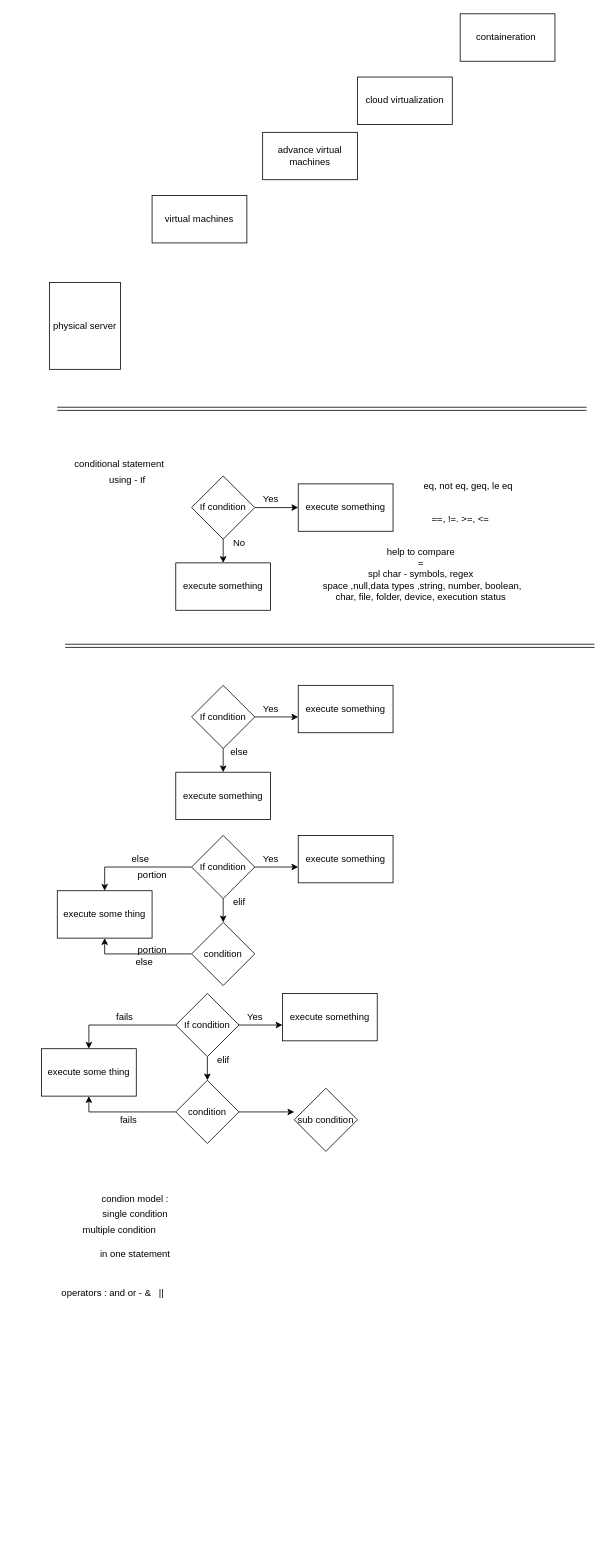
Earlier version of the draw.io diagram devops_17Aug2022.drawio (gp-svc/draw_io). Source tidied: cells renumbered, new cells numbered last; positions are measured from the earlier drawing's top-left corner, leaving out a move shared by most shapes. Both pictures are drawn from the tidied source at 79%, with x=0, y=0 at pixel (41, 13).
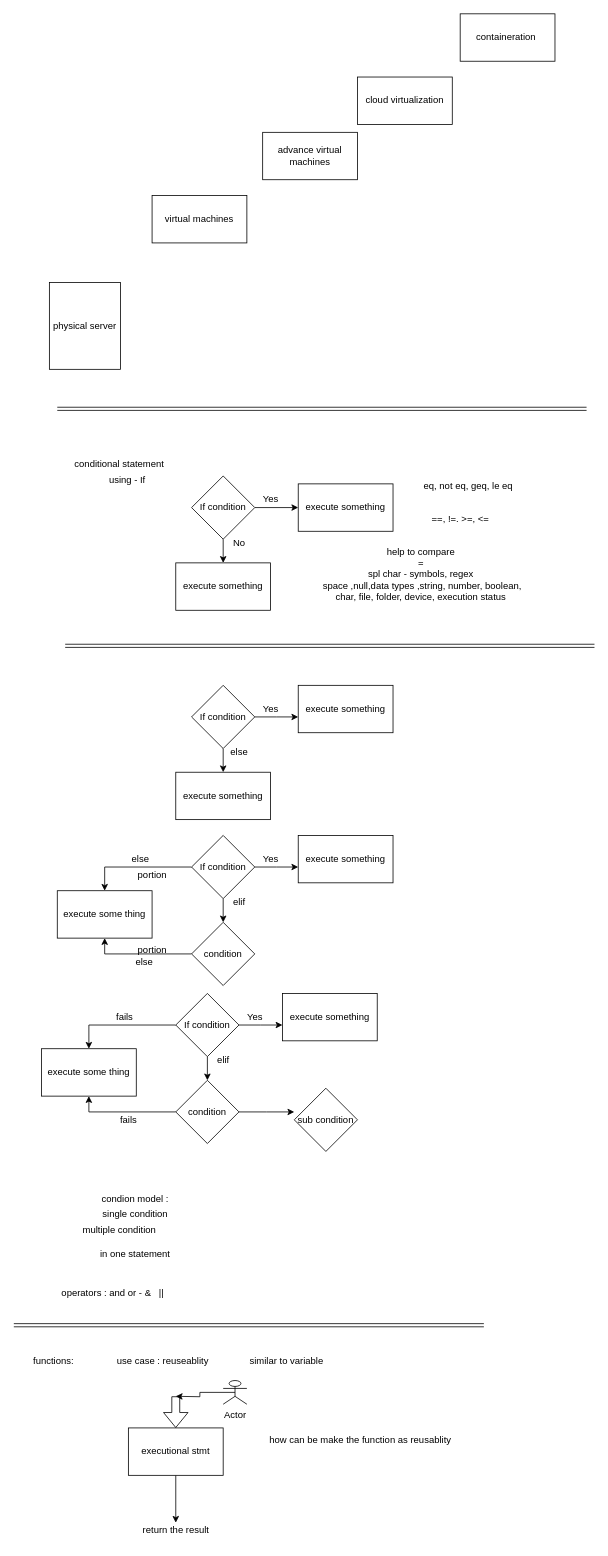
Above is the later version.

Diff of the diagram source:
```diff
@@
+    <mxCell id="61" value="functions:" style="text;html=1;align=center;verticalAlign=middle;strokeColor=none;fillColor=none;" parent="1" vertex="1">
+      <mxGeometry x="-20" y="1690" width="70" height="30" as="geometry" />
+    </mxCell>
+    <mxCell id="62" style="shape=link;html=1;rounded=0;" parent="1" edge="1">
+      <mxGeometry relative="1" as="geometry">
+        <mxPoint x="-35" y="1660" as="sourcePoint" />
+        <mxPoint x="560" y="1660" as="targetPoint" />
+      </mxGeometry>
+    </mxCell>
+    <mxCell id="63" value="use case : reuseablity&amp;nbsp;" style="text;html=1;align=center;verticalAlign=middle;strokeColor=none;fillColor=none;" parent="1" vertex="1">
+      <mxGeometry x="85" y="1690" width="140" height="30" as="geometry" />
+    </mxCell>
+    <mxCell id="64" value="similar to variable" style="text;html=1;align=center;verticalAlign=middle;strokeColor=none;fillColor=none;" parent="1" vertex="1">
+      <mxGeometry x="250" y="1690" width="120" height="30" as="geometry" />
+    </mxCell>
+    <mxCell id="65" style="edgeStyle=orthogonalEdgeStyle;rounded=0;jettySize=auto;html=1;" parent="1" edge="1" source="66">
+      <mxGeometry relative="1" as="geometry">
+        <mxPoint x="170" y="1910" as="targetPoint" />
+      </mxGeometry>
+    </mxCell>
+    <mxCell id="66" value="executional stmt" style="whiteSpace=wrap;html=1;" parent="1" vertex="1">
+      <mxGeometry x="110" y="1790" width="120" height="60" as="geometry" />
+    </mxCell>
+    <mxCell id="67" style="shape=flexArrow;endArrow=classic;html=1;rounded=0;entryX=0.5;entryY=0;entryDx=0;entryDy=0;" parent="1" edge="1" target="66">
+      <mxGeometry relative="1" as="geometry">
+        <mxPoint x="170" y="1750" as="sourcePoint" />
+      </mxGeometry>
+    </mxCell>
+    <mxCell id="68" style="edgeStyle=orthogonalEdgeStyle;rounded=0;jettySize=auto;html=1;exitX=0.5;exitY=0.5;exitDx=0;exitDy=0;exitPerimeter=0;" parent="1" edge="1" source="69">
+      <mxGeometry relative="1" as="geometry">
+        <mxPoint x="170" y="1750" as="targetPoint" />
+      </mxGeometry>
+    </mxCell>
+    <mxCell id="69" value="Actor" style="shape=umlActor;verticalLabelPosition=bottom;verticalAlign=top;html=1;outlineConnect=0;" parent="1" vertex="1">
+      <mxGeometry x="230" y="1730" width="30" height="30" as="geometry" />
+    </mxCell>
+    <mxCell id="70" value="return the result" style="text;html=1;align=center;verticalAlign=middle;strokeColor=none;fillColor=none;" parent="1" vertex="1">
+      <mxGeometry x="115" y="1905" width="110" height="30" as="geometry" />
+    </mxCell>
+    <mxCell id="71" value="how can be make the function as reusablity&amp;nbsp;" style="text;html=1;align=center;verticalAlign=middle;strokeColor=none;fillColor=none;" parent="1" vertex="1">
+      <mxGeometry x="275" y="1790" width="260" height="30" as="geometry" />
+    </mxCell>
```
